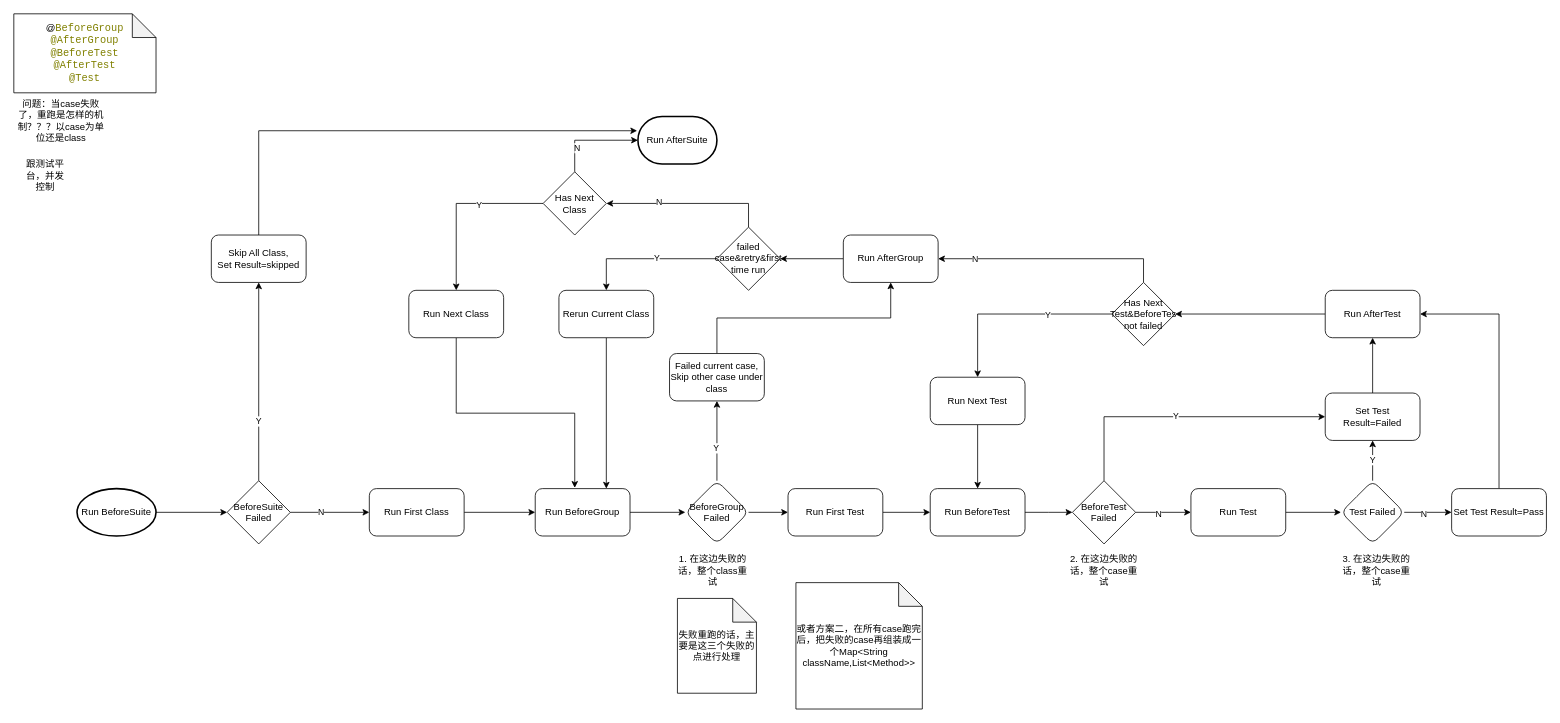
Earlier version of the draw.io diagram page "Run Test" (3 of 3) of App Automation 2.0.drawio (michellec2021/appium-demo). Source tidied: cells renumbered, new cells numbered last; positions are measured from the earlier drawing's top-left corner, leaving out a move shared by most shapes. Both pictures are drawn from the tidied source at 79%, with x=0, y=0 at pixel (13, 13).
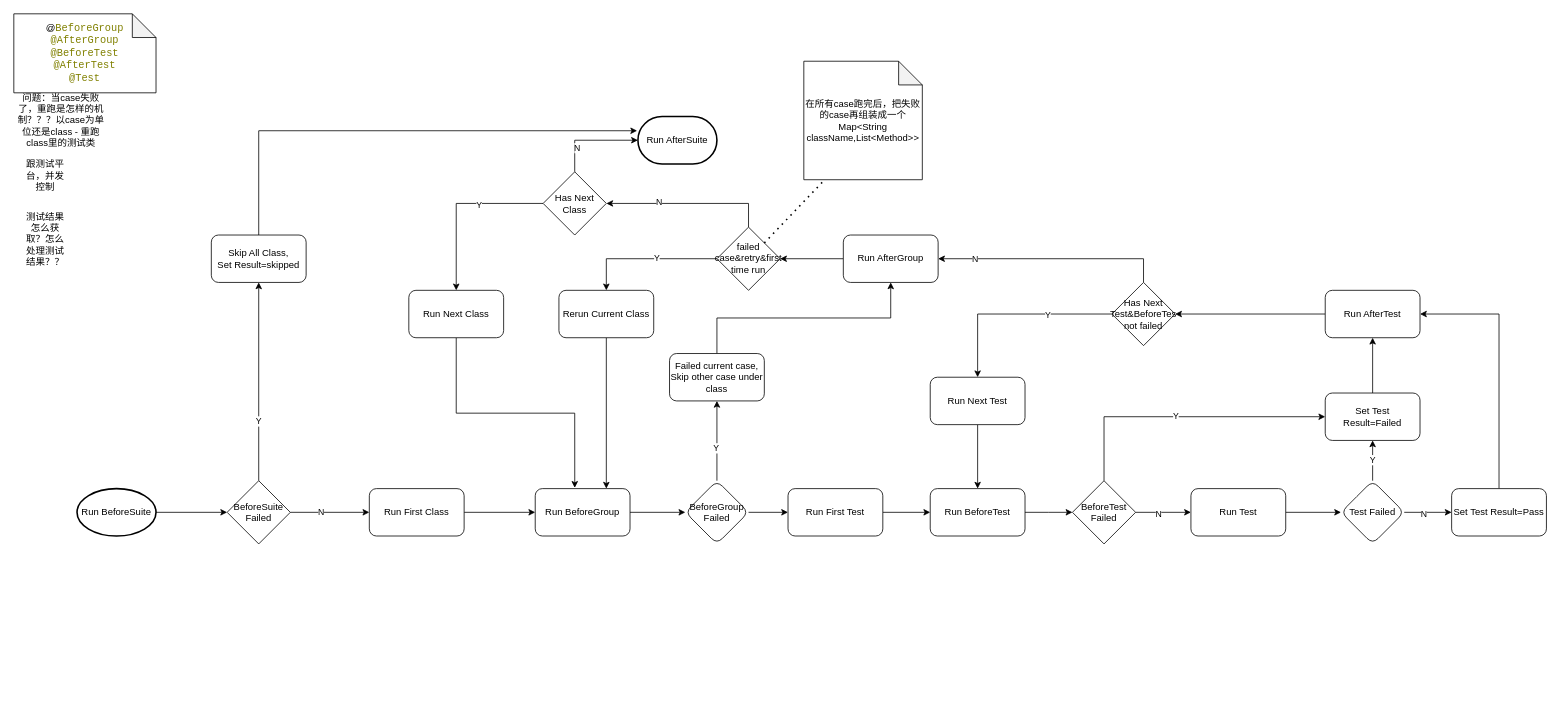
After the change.

The edit, as a diff of the source:
```diff
@@
-    <mxCell id="60" value="问题：当case失败了，重跑是怎样的机制？？？以case为单位还是class" style="text;html=1;strokeColor=none;fillColor=none;align=center;verticalAlign=middle;whiteSpace=wrap;rounded=0;" parent="1" vertex="1">
+    <mxCell id="60" value="问题：当case失败了，重跑是怎样的机制？？？以case为单位还是class - 重跑class里的测试类" style="text;html=1;strokeColor=none;fillColor=none;align=center;verticalAlign=middle;whiteSpace=wrap;rounded=0;" parent="1" vertex="1">
       <mxGeometry y="120" width="120" height="30" as="geometry" />
     </mxCell>
@@
-    <mxCell id="62" value="1. 在这边失败的话，整个class重试" style="text;html=1;strokeColor=none;fillColor=none;align=center;verticalAlign=middle;whiteSpace=wrap;rounded=0;" parent="1" vertex="1">
-      <mxGeometry x="840" y="690" width="90" height="30" as="geometry" />
-    </mxCell>
-    <mxCell id="63" value="2. 在这边失败的话，整个case重试" style="text;html=1;strokeColor=none;fillColor=none;align=center;verticalAlign=middle;whiteSpace=wrap;rounded=0;" parent="1" vertex="1">
-      <mxGeometry x="1335" y="690" width="90" height="30" as="geometry" />
-    </mxCell>
-    <mxCell id="64" value="3. 在这边失败的话，整个case重试" style="text;html=1;strokeColor=none;fillColor=none;align=center;verticalAlign=middle;whiteSpace=wrap;rounded=0;" parent="1" vertex="1">
-      <mxGeometry x="1680" y="690" width="90" height="30" as="geometry" />
-    </mxCell>
-    <mxCell id="65" value="失败重跑的话，主要是这三个失败的点进行处理" style="shape=note;whiteSpace=wrap;html=1;backgroundOutline=1;darkOpacity=0.05;" parent="1" vertex="1">
-      <mxGeometry x="840" y="740" width="100" height="120" as="geometry" />
-    </mxCell>
-    <mxCell id="66" value="或者方案二，在所有case跑完后，把失败的case再组装成一个Map&amp;lt;String className,List&amp;lt;Method&amp;gt;&amp;gt;" style="shape=note;whiteSpace=wrap;html=1;backgroundOutline=1;darkOpacity=0.05;" parent="1" vertex="1">
-      <mxGeometry x="990" y="720" width="160" height="160" as="geometry" />
+    <mxCell id="66" value="在所有case跑完后，把失败的case再组装成一个Map&amp;lt;String className,List&amp;lt;Method&amp;gt;&amp;gt;" style="shape=note;whiteSpace=wrap;html=1;backgroundOutline=1;darkOpacity=0.05;" parent="1" vertex="1">
+      <mxGeometry x="1000" y="60" width="150" height="150" as="geometry" />
     </mxCell>
@@
+    <mxCell id="74" style="endArrow=none;dashed=1;html=1;dashPattern=1 3;strokeWidth=2;rounded=0;entryX=0.157;entryY=1.02;entryDx=0;entryDy=0;entryPerimeter=0;" parent="1" edge="1" target="66">
+      <mxGeometry relative="1" as="geometry">
+        <mxPoint x="950" y="290" as="sourcePoint" />
+      </mxGeometry>
+    </mxCell>
+    <mxCell id="75" value="测试结果怎么获取？怎么处理测试结果？？" style="text;html=1;strokeColor=none;fillColor=none;align=center;verticalAlign=middle;whiteSpace=wrap;rounded=0;" parent="1" vertex="1">
+      <mxGeometry x="10" y="270" width="60" height="30" as="geometry" />
+    </mxCell>
```
